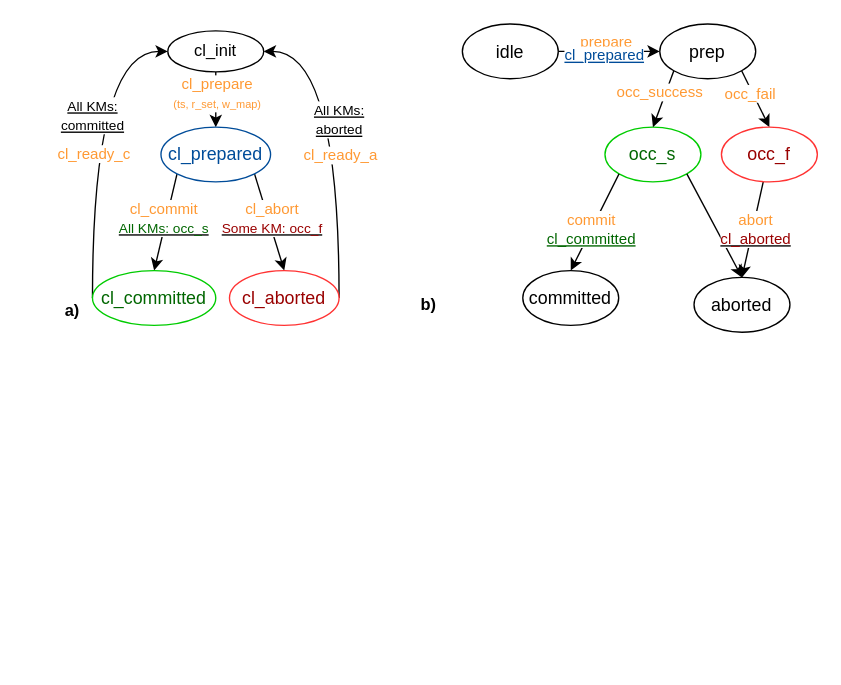
The draw.io diagram page "tapir" (3 of 3) of fig/protocols.drawio in ShabnamRad/VerIso, before the edit. Source tidied: cells renumbered, new cells numbered last; positions are measured from the earlier drawing's top-left corner, leaving out a move shared by most shapes. Both pictures are drawn from the tidied source at 137%, with x=0, y=0 at pixel (51, 23).
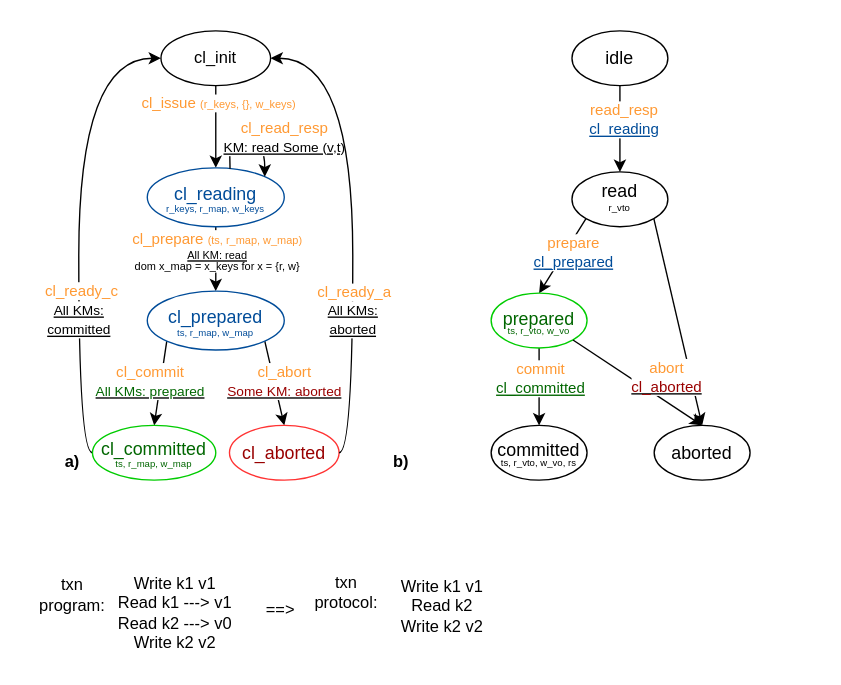
After the change.

What changed in the source:
```diff
@@
     <mxCell id="2" style="edgeStyle=orthogonalEdgeStyle;rounded=0;jettySize=auto;html=1;exitX=0.5;exitY=1;exitDx=0;exitDy=0;entryX=0.5;entryY=0;entryDx=0;entryDy=0;" parent="1" edge="1" source="4" target="9">
-      <mxGeometry relative="1" as="geometry" />
+      <mxGeometry relative="1" as="geometry">
+        <Array as="points">
+          <mxPoint x="120" y="96" />
+        </Array>
+      </mxGeometry>
     </mxCell>
-    <mxCell id="3" value="&lt;font color=&quot;#ff9933&quot;&gt;cl_prepare&lt;/font&gt;&lt;div&gt;&lt;font style=&quot;font-size: 8px;&quot; color=&quot;#ff9933&quot;&gt;(ts, r_set, w_map)&lt;/font&gt;&lt;/div&gt;" style="edgeLabel;html=1;align=center;verticalAlign=middle;" parent="2" vertex="1">
-      <mxGeometry x="-0.25" relative="1" as="geometry" />
+    <mxCell id="3" value="&lt;font color=&quot;#ff9933&quot;&gt;cl_issue&amp;nbsp;&lt;/font&gt;&lt;span style=&quot;font-size: 8px; color: rgb(255, 153, 51);&quot;&gt;(r_keys, {}, w_keys)&lt;/span&gt;" style="edgeLabel;html=1;align=center;verticalAlign=middle;" parent="2" vertex="1">
+      <mxGeometry x="-0.25" relative="1" as="geometry">
+        <mxPoint x="1" y="-11" as="offset" />
+      </mxGeometry>
     </mxCell>
     <mxCell id="4" value="cl_init" style="ellipse;whiteSpace=wrap;html=1;" parent="1" vertex="1">
-      <mxGeometry x="85" y="5" width="70" height="30" as="geometry" />
+      <mxGeometry x="80" y="5" width="80" height="40" as="geometry" />
     </mxCell>
-    <mxCell id="5" value="&lt;u&gt;&lt;font style=&quot;font-size: 10px;&quot; color=&quot;#006600&quot;&gt;&lt;b&gt;&lt;br&gt;&lt;/b&gt;&lt;/font&gt;&lt;/u&gt;" style="rounded=0;jettySize=auto;html=1;exitX=0;exitY=1;exitDx=0;exitDy=0;entryX=0.5;entryY=0;entryDx=0;entryDy=0;" parent="1" edge="1" source="9" target="12">
+    <mxCell id="5" value="&lt;u&gt;&lt;font style=&quot;font-size: 10px;&quot; color=&quot;#006600&quot;&gt;&lt;b&gt;&lt;br&gt;&lt;/b&gt;&lt;/font&gt;&lt;/u&gt;" style="rounded=0;jettySize=auto;html=1;entryX=0.5;entryY=0;entryDx=0;entryDy=0;exitX=0;exitY=1;exitDx=0;exitDy=0;" parent="1" edge="1" source="45" target="12">
       <mxGeometry x="0.05" y="-20" relative="1" as="geometry" />
     </mxCell>
-    <mxCell id="6" value="&lt;font color=&quot;#ff9933&quot;&gt;cl_commit&lt;/font&gt;&lt;div&gt;&lt;u&gt;&lt;font style=&quot;font-size: 10px;&quot; color=&quot;#006600&quot;&gt;All KMs: occ_s&lt;/font&gt;&lt;/u&gt;&lt;br&gt;&lt;/div&gt;" style="edgeLabel;html=1;align=center;verticalAlign=middle;" parent="5" vertex="1">
+    <mxCell id="6" value="&lt;font color=&quot;#ff9933&quot;&gt;cl_commit&lt;/font&gt;&lt;div&gt;&lt;u&gt;&lt;font style=&quot;font-size: 10px;&quot; color=&quot;#006600&quot;&gt;All KMs: prepared&lt;/font&gt;&lt;/u&gt;&lt;br&gt;&lt;/div&gt;" style="edgeLabel;html=1;align=center;verticalAlign=middle;" parent="5" vertex="1">
       <mxGeometry x="-0.26" y="1" relative="1" as="geometry">
-        <mxPoint x="-5" y="6" as="offset" />
+        <mxPoint x="-10" y="6" as="offset" />
       </mxGeometry>
     </mxCell>
-    <mxCell id="7" style="edgeStyle=none;rounded=0;jettySize=auto;html=1;exitX=1;exitY=1;exitDx=0;exitDy=0;entryX=0.5;entryY=0;entryDx=0;entryDy=0;" parent="1" edge="1" source="9" target="15">
+    <mxCell id="7" style="edgeStyle=none;rounded=0;jettySize=auto;html=1;entryX=0.5;entryY=0;entryDx=0;entryDy=0;exitX=1;exitY=1;exitDx=0;exitDy=0;" parent="1" edge="1" source="45" target="15">
       <mxGeometry x="0.1" y="20" relative="1" as="geometry" />
     </mxCell>
-    <mxCell id="8" value="&lt;font color=&quot;#ff9933&quot;&gt;cl_abort&lt;/font&gt;&lt;div&gt;&lt;u&gt;&lt;font style=&quot;font-size: 10px;&quot; color=&quot;#990000&quot;&gt;Some KM: occ_f&lt;/font&gt;&lt;/u&gt;&lt;/div&gt;" style="edgeLabel;html=1;align=center;verticalAlign=middle;" parent="7" vertex="1">
+    <mxCell id="8" value="&lt;font color=&quot;#ff9933&quot;&gt;cl_abort&lt;/font&gt;&lt;div&gt;&lt;u&gt;&lt;font style=&quot;font-size: 10px;&quot; color=&quot;#990000&quot;&gt;Some KM: aborted&lt;/font&gt;&lt;/u&gt;&lt;/div&gt;" style="edgeLabel;html=1;align=center;verticalAlign=middle;" parent="7" vertex="1">
       <mxGeometry x="-0.26" y="2" relative="1" as="geometry">
-        <mxPoint x="2" y="7" as="offset" />
+        <mxPoint x="7" y="7" as="offset" />
       </mxGeometry>
     </mxCell>
+    <mxCell id="35" style="edgeStyle=orthogonalEdgeStyle;rounded=0;jettySize=auto;html=1;" parent="1" edge="1" source="9" target="45">
+      <mxGeometry relative="1" as="geometry" />
+    </mxCell>
+    <mxCell id="36" value="&lt;font color=&quot;#ff9933&quot;&gt;cl_prepare&amp;nbsp;&lt;/font&gt;&lt;span style=&quot;font-size: 8px; color: rgb(255, 153, 51);&quot;&gt;(ts, r_map, w_map)&lt;/span&gt;&lt;div style=&quot;line-height: 60%;&quot;&gt;&lt;span style=&quot;font-size: 8px;&quot;&gt;&lt;u&gt;All KM: read&lt;/u&gt;&lt;/span&gt;&lt;/div&gt;&lt;div style=&quot;line-height: 60%;&quot;&gt;&lt;span style=&quot;font-size: 8px;&quot;&gt;dom x_map = x_keys for x = {r, w}&lt;/span&gt;&lt;/div&gt;" style="edgeLabel;html=1;align=center;verticalAlign=middle;" parent="35" vertex="1">
+      <mxGeometry x="0.25" relative="1" as="geometry">
+        <mxPoint y="-12" as="offset" />
+      </mxGeometry>
+    </mxCell>
-    <mxCell id="9" value="&lt;font style=&quot;font-size: 13px;&quot; color=&quot;#004c99&quot;&gt;cl_prepared&lt;/font&gt;" style="ellipse;whiteSpace=wrap;html=1;strokeColor=#004C99;" parent="1" vertex="1">
-      <mxGeometry x="80" y="75.3" width="80" height="40" as="geometry" />
+    <mxCell id="9" value="&lt;font style=&quot;font-size: 13px;&quot; color=&quot;#004c99&quot;&gt;cl_reading&lt;/font&gt;&lt;div style=&quot;line-height: 30%;&quot;&gt;&lt;font style=&quot;font-size: 7px;&quot; color=&quot;#004c99&quot;&gt;r_keys, r_map, w_keys&lt;/font&gt;&lt;/div&gt;" style="ellipse;whiteSpace=wrap;html=1;strokeColor=#004C99;" parent="1" vertex="1">
+      <mxGeometry x="70" y="105" width="100" height="43" as="geometry" />
     </mxCell>
     <mxCell id="10" value="&lt;span style=&quot;font-size: 10px;&quot;&gt;&lt;u style=&quot;&quot;&gt;All KMs:&lt;br&gt;committed&lt;/u&gt;&lt;br&gt;&lt;/span&gt;" style="edgeStyle=orthogonalEdgeStyle;curved=1;rounded=0;jettySize=auto;html=1;entryX=0;entryY=0.5;entryDx=0;entryDy=0;exitX=0;exitY=0.5;exitDx=0;exitDy=0;" parent="1" edge="1" source="12" target="4">
-      <mxGeometry x="0.13" relative="1" as="geometry">
+      <mxGeometry x="-0.4" relative="1" as="geometry">
         <Array as="points">
-          <mxPoint x="30" y="200" />
-          <mxPoint x="30" y="20" />
+          <mxPoint x="20" y="313" />
+          <mxPoint x="20" y="25" />
         </Array>
       </mxGeometry>
     </mxCell>
     <mxCell id="11" value="&lt;font color=&quot;#ff9933&quot;&gt;cl_ready_c&lt;/font&gt;" style="edgeLabel;html=1;align=center;verticalAlign=middle;" parent="10" vertex="1">
       <mxGeometry x="-0.57" y="-7" relative="1" as="geometry">
-        <mxPoint x="-7" y="-55" as="offset" />
+        <mxPoint x="-6" y="-52" as="offset" />
       </mxGeometry>
     </mxCell>
-    <mxCell id="12" value="&lt;font style=&quot;font-size: 13px;&quot; color=&quot;#006600&quot;&gt;cl_committed&lt;/font&gt;" style="ellipse;whiteSpace=wrap;html=1;strokeColor=#00CC00;" parent="1" vertex="1">
-      <mxGeometry x="30" y="180" width="90" height="40" as="geometry" />
+    <mxCell id="12" value="&lt;font color=&quot;#006600&quot; style=&quot;font-size: 13px;&quot;&gt;cl_committed&lt;/font&gt;&lt;div style=&quot;line-height: 30%;&quot;&gt;&lt;span style=&quot;font-size: 7px;&quot;&gt;&lt;font color=&quot;#006600&quot;&gt;ts, r_map, w_map&lt;/font&gt;&lt;/span&gt;&lt;font style=&quot;font-size: 13px;&quot; color=&quot;#006600&quot;&gt;&lt;br&gt;&lt;/font&gt;&lt;/div&gt;" style="ellipse;whiteSpace=wrap;html=1;strokeColor=#00CC00;" parent="1" vertex="1">
+      <mxGeometry x="30" y="293" width="90" height="40" as="geometry" />
     </mxCell>
-    <mxCell id="13" value="&lt;span style=&quot;font-size: 10px;&quot;&gt;&lt;u style=&quot;&quot;&gt;All KMs:&lt;br&gt;aborted&lt;/u&gt;&lt;br&gt;&lt;/span&gt;" style="edgeStyle=orthogonalEdgeStyle;curved=1;rounded=0;jettySize=auto;html=1;entryX=1;entryY=0.5;entryDx=0;entryDy=0;exitX=1;exitY=0.5;exitDx=0;exitDy=0;" parent="1" edge="1" source="15" target="4">
-      <mxGeometry x="0.11" relative="1" as="geometry">
-        <Array as="points">
-          <mxPoint x="210" y="200" />
-          <mxPoint x="210" y="20" />
-        </Array>
-      </mxGeometry>
-    </mxCell>
-    <mxCell id="14" value="&lt;font color=&quot;#ff9933&quot;&gt;cl_ready_a&lt;/font&gt;" style="edgeLabel;html=1;align=center;verticalAlign=middle;" parent="13" vertex="1">
-      <mxGeometry x="-0.49" y="11" relative="1" as="geometry">
-        <mxPoint x="11" y="-45" as="offset" />
-      </mxGeometry>
-    </mxCell>
     <mxCell id="15" value="&lt;font style=&quot;font-size: 13px;&quot; color=&quot;#990000&quot;&gt;cl_aborted&lt;/font&gt;" style="ellipse;whiteSpace=wrap;html=1;strokeColor=#FF3333;" parent="1" vertex="1">
-      <mxGeometry x="130" y="180" width="80" height="40" as="geometry" />
+      <mxGeometry x="130" y="293" width="80" height="40" as="geometry" />
     </mxCell>
-    <mxCell id="16" style="edgeStyle=none;rounded=0;jettySize=auto;html=1;exitX=1;exitY=1;exitDx=0;exitDy=0;entryX=0.5;entryY=0;entryDx=0;entryDy=0;" parent="1" edge="1" source="18" target="24">
-      <mxGeometry relative="1" as="geometry" />
-    </mxCell>
-    <mxCell id="17" value="&lt;font color=&quot;#ff9933&quot;&gt;occ_fail&lt;/font&gt;" style="edgeLabel;html=1;align=center;verticalAlign=middle;" parent="16" vertex="1">
-      <mxGeometry x="0.39" y="1" relative="1" as="geometry">
-        <mxPoint x="-9" y="-12" as="offset" />
-      </mxGeometry>
-    </mxCell>
-    <mxCell id="18" value="&lt;span style=&quot;font-size: 13px;&quot;&gt;prep&lt;/span&gt;" style="ellipse;whiteSpace=wrap;html=1;" parent="1" vertex="1">
-      <mxGeometry x="444.1" width="70" height="40" as="geometry" />
-    </mxCell>
@@
-    <mxCell id="20" style="edgeStyle=orthogonalEdgeStyle;rounded=0;jettySize=auto;html=1;exitX=1;exitY=0.5;exitDx=0;exitDy=0;entryX=0;entryY=0.5;entryDx=0;entryDy=0;" parent="1" edge="1" source="22" target="18">
+    <mxCell id="20" style="rounded=0;jettySize=auto;html=1;exitX=0;exitY=1;exitDx=0;exitDy=0;entryX=0.5;entryY=0;entryDx=0;entryDy=0;" parent="1" edge="1" source="22" target="27">
       <mxGeometry y="10" relative="1" as="geometry" />
     </mxCell>
-    <mxCell id="21" value="&lt;font color=&quot;#ff9933&quot;&gt;prepare&lt;/font&gt;" style="edgeLabel;html=1;align=center;verticalAlign=middle;" parent="20" vertex="1">
+    <mxCell id="21" value="&lt;font color=&quot;#ff9933&quot;&gt;prepare&lt;/font&gt;&lt;div&gt;&lt;u style=&quot;color: rgb(0, 76, 153);&quot;&gt;cl_prepared&lt;/u&gt;&lt;font color=&quot;#ff9933&quot;&gt;&lt;br&gt;&lt;/font&gt;&lt;/div&gt;" style="edgeLabel;html=1;align=center;verticalAlign=middle;" parent="20" vertex="1">
       <mxGeometry x="-0.16" y="-3" relative="1" as="geometry">
-        <mxPoint x="3" y="-11" as="offset" />
+        <mxPoint x="7" y="3" as="offset" />
       </mxGeometry>
     </mxCell>
+    <mxCell id="37" style="rounded=0;jettySize=auto;html=1;exitX=1;exitY=1;exitDx=0;exitDy=0;entryX=0.5;entryY=0;entryDx=0;entryDy=0;" parent="1" edge="1" source="22" target="41">
+      <mxGeometry relative="1" as="geometry" />
+    </mxCell>
-    <mxCell id="22" value="&lt;font style=&quot;font-size: 13px;&quot;&gt;idle&lt;/font&gt;" style="ellipse;whiteSpace=wrap;html=1;" parent="1" vertex="1">
-      <mxGeometry x="300" width="70" height="40" as="geometry" />
+    <mxCell id="22" value="&lt;p style=&quot;line-height: 0%;&quot;&gt;&lt;span style=&quot;font-size: 13px;&quot;&gt;read&lt;/span&gt;&lt;/p&gt;&lt;p style=&quot;line-height: 0%; font-size: 7px;&quot;&gt;r_vto&lt;/p&gt;&lt;p&gt;&lt;/p&gt;" style="ellipse;whiteSpace=wrap;html=1;" parent="1" vertex="1">
+      <mxGeometry x="380" y="108" width="70" height="40" as="geometry" />
     </mxCell>
-    <mxCell id="23" style="edgeStyle=none;rounded=0;jettySize=auto;html=1;entryX=0.5;entryY=0;entryDx=0;entryDy=0;" parent="1" edge="1" source="24" target="26">
-      <mxGeometry x="-0.18" y="15" relative="1" as="geometry" />
-    </mxCell>
-    <mxCell id="24" value="&lt;font color=&quot;#990000&quot;&gt;&lt;span style=&quot;font-size: 13px;&quot;&gt;occ_f&lt;/span&gt;&lt;/font&gt;" style="ellipse;whiteSpace=wrap;html=1;strokeColor=#FF3333;" parent="1" vertex="1">
-      <mxGeometry x="489.1" y="75.3" width="70" height="40" as="geometry" />
-    </mxCell>
-    <mxCell id="25" value="&lt;font style=&quot;font-size: 13px;&quot;&gt;committed&lt;/font&gt;" style="ellipse;whiteSpace=wrap;html=1;strokeColor=#000000;" parent="1" vertex="1">
-      <mxGeometry x="344.1" y="180" width="70" height="40" as="geometry" />
-    </mxCell>
-    <mxCell id="26" value="&lt;font style=&quot;font-size: 13px;&quot;&gt;aborted&lt;/font&gt;" style="ellipse;whiteSpace=wrap;html=1;strokeColor=#000000;" parent="1" vertex="1">
-      <mxGeometry x="469.1" y="185" width="70" height="40" as="geometry" />
+    <mxCell id="26" value="&lt;font style=&quot;font-size: 13px;&quot;&gt;committed&lt;/font&gt;&lt;div style=&quot;font-size: 7px; line-height: 30%;&quot;&gt;&lt;font style=&quot;font-size: 7px;&quot;&gt;ts, r_vto, w_vo, rs&lt;/font&gt;&lt;/div&gt;" style="ellipse;whiteSpace=wrap;html=1;strokeColor=#000000;" parent="1" vertex="1">
+      <mxGeometry x="321" y="293" width="70" height="40" as="geometry" />
     </mxCell>
+    <mxCell id="38" style="edgeStyle=orthogonalEdgeStyle;rounded=0;jettySize=auto;html=1;exitX=0.5;exitY=1;exitDx=0;exitDy=0;curved=1;entryX=0.5;entryY=0;entryDx=0;entryDy=0;" parent="1" edge="1" source="27" target="26">
+      <mxGeometry relative="1" as="geometry" />
+    </mxCell>
+    <mxCell id="30" value="&lt;font color=&quot;#ff9933&quot;&gt;commit&lt;/font&gt;&lt;br&gt;&lt;font style=&quot;text-decoration-line: underline;&quot; color=&quot;#006600&quot;&gt;cl_committed&lt;/font&gt;" style="edgeLabel;html=1;align=center;verticalAlign=middle;" parent="38" vertex="1">
+      <mxGeometry x="-0.26" y="1" relative="1" as="geometry">
+        <mxPoint x="-1" y="1" as="offset" />
+      </mxGeometry>
+    </mxCell>
-    <mxCell id="27" value="&lt;font style=&quot;font-size: 13px;&quot; color=&quot;#006600&quot;&gt;occ_s&lt;/font&gt;" style="ellipse;whiteSpace=wrap;html=1;strokeColor=#00CC00;" parent="1" vertex="1">
-      <mxGeometry x="404.1" y="75.3" width="70" height="40" as="geometry" />
+    <mxCell id="27" value="&lt;font style=&quot;font-size: 13px;&quot; color=&quot;#006600&quot;&gt;prepared&lt;/font&gt;&lt;div style=&quot;font-size: 7px; line-height: 30%;&quot;&gt;&lt;font style=&quot;font-size: 7px;&quot; color=&quot;#006600&quot;&gt;ts, r_vto, w_vo&lt;/font&gt;&lt;/div&gt;" style="ellipse;whiteSpace=wrap;html=1;strokeColor=#00CC00;" parent="1" vertex="1">
+      <mxGeometry x="321" y="196.5" width="70" height="40" as="geometry" />
     </mxCell>
-    <mxCell id="28" style="rounded=0;jettySize=auto;html=1;exitX=0;exitY=1;exitDx=0;exitDy=0;strokeColor=#000000;entryX=0.5;entryY=0;entryDx=0;entryDy=0;" parent="1" edge="1" source="18" target="27">
-      <mxGeometry x="0.06" y="-13" relative="1" as="geometry" />
-    </mxCell>
-    <mxCell id="29" value="&lt;font color=&quot;#ff9933&quot;&gt;occ_success&lt;/font&gt;" style="edgeLabel;html=1;align=center;verticalAlign=middle;" parent="28" vertex="1">
-      <mxGeometry x="0.5" y="-1" relative="1" as="geometry">
-        <mxPoint x="2" y="-15" as="offset" />
-      </mxGeometry>
-    </mxCell>
-    <mxCell id="30" value="&lt;font style=&quot;&quot; color=&quot;#ff9933&quot;&gt;commit&lt;/font&gt;&lt;br&gt;&lt;font style=&quot;text-decoration-line: underline;&quot; color=&quot;#006600&quot;&gt;cl_committed&lt;/font&gt;" style="edgeStyle=none;rounded=0;jettySize=auto;html=1;entryX=0.5;entryY=0;entryDx=0;entryDy=0;exitX=0;exitY=1;exitDx=0;exitDy=0;" parent="1" edge="1" source="27" target="25">
-      <mxGeometry x="0.15" relative="1" as="geometry" />
-    </mxCell>
-    <mxCell id="31" value="&lt;font style=&quot;&quot;&gt;&lt;font style=&quot;&quot; color=&quot;#ff9933&quot;&gt;abort&lt;/font&gt;&lt;br&gt;&lt;u style=&quot;&quot;&gt;&lt;font color=&quot;#990000&quot;&gt;cl_aborted&lt;/font&gt;&lt;/u&gt;&lt;/font&gt;" style="edgeStyle=none;rounded=0;jettySize=auto;html=1;exitX=1;exitY=1;exitDx=0;exitDy=0;entryX=0.5;entryY=0;entryDx=0;entryDy=0;" parent="1" edge="1" source="27" target="26">
-      <mxGeometry x="0.39" y="25" relative="1" as="geometry" />
+    <mxCell id="31" value="&lt;font style=&quot;&quot;&gt;&lt;font style=&quot;&quot; color=&quot;#ff9933&quot;&gt;abort&lt;/font&gt;&lt;br&gt;&lt;u style=&quot;&quot;&gt;&lt;font color=&quot;#990000&quot;&gt;cl_aborted&lt;/font&gt;&lt;/u&gt;&lt;/font&gt;" style="rounded=0;jettySize=auto;html=1;exitX=1;exitY=1;exitDx=0;exitDy=0;entryX=0.5;entryY=0;entryDx=0;entryDy=0;" parent="1" edge="1" source="27" target="41">
+      <mxGeometry x="0.27" y="15" relative="1" as="geometry" />
     </mxCell>
     <mxCell id="32" value="&lt;b&gt;a)&lt;/b&gt;" style="text;html=1;align=center;verticalAlign=middle;strokeColor=none;fillColor=none;" parent="1" vertex="1">
-      <mxGeometry y="195" width="30" height="30" as="geometry" />
+      <mxGeometry y="304.7" width="30" height="30" as="geometry" />
     </mxCell>
     <mxCell id="33" value="&lt;b&gt;b)&lt;/b&gt;" style="text;html=1;align=center;verticalAlign=middle;strokeColor=none;fillColor=none;" parent="1" vertex="1">
-      <mxGeometry x="260" y="190" width="30" height="30" as="geometry" />
+      <mxGeometry x="240" y="304.7" width="30" height="30" as="geometry" />
     </mxCell>
-    <mxCell id="34" value="&lt;u style=&quot;forced-color-adjust: none; color: rgb(0, 76, 153); font-family: Helvetica; font-size: 11px; font-style: normal; font-variant-ligatures: normal; font-variant-caps: normal; font-weight: 400; letter-spacing: normal; orphans: 2; text-align: center; text-indent: 0px; text-transform: none; widows: 2; word-spacing: 0px; -webkit-text-stroke-width: 0px; white-space: nowrap; background-color: rgb(255, 255, 255);&quot;&gt;cl_prepared&lt;/u&gt;" style="text;whiteSpace=wrap;html=1;" parent="1" vertex="1">
-      <mxGeometry x="373" y="9" width="70" height="20" as="geometry" />
-    </mxCell>
+    <mxCell id="39" style="edgeStyle=orthogonalEdgeStyle;rounded=0;orthogonalLoop=1;jettySize=auto;html=1;exitX=0.604;exitY=0.016;exitDx=0;exitDy=0;entryX=1;entryY=0;entryDx=0;entryDy=0;curved=1;exitPerimeter=0;" parent="1" edge="1" source="9" target="9">
+      <mxGeometry relative="1" as="geometry">
+        <Array as="points">
+          <mxPoint x="130" y="104" />
+          <mxPoint x="130" y="104" />
+          <mxPoint x="130" y="85" />
+          <mxPoint x="155" y="85" />
+        </Array>
+      </mxGeometry>
+    </mxCell>
+    <mxCell id="40" value="&lt;span style=&quot;color: rgb(255, 153, 51);&quot;&gt;&lt;font style=&quot;font-size: 11px;&quot;&gt;cl_read_resp&lt;/font&gt;&lt;/span&gt;&lt;div&gt;&lt;u style=&quot;&quot;&gt;&lt;font style=&quot;font-size: 10px;&quot;&gt;KM: read Some (v,t)&lt;/font&gt;&lt;/u&gt;&lt;span style=&quot;color: rgb(255, 153, 51);&quot;&gt;&lt;br&gt;&lt;/span&gt;&lt;/div&gt;" style="edgeLabel;html=1;align=center;verticalAlign=middle;" parent="39" vertex="1">
+      <mxGeometry x="-0.31" y="3" relative="1" as="geometry">
+        <mxPoint x="35" as="offset" />
+      </mxGeometry>
+    </mxCell>
+    <mxCell id="41" value="&lt;font style=&quot;font-size: 13px;&quot;&gt;aborted&lt;/font&gt;" style="ellipse;whiteSpace=wrap;html=1;strokeColor=#000000;" parent="1" vertex="1">
+      <mxGeometry x="440" y="293" width="70" height="40" as="geometry" />
+    </mxCell>
+    <mxCell id="42" style="edgeStyle=orthogonalEdgeStyle;rounded=0;jettySize=auto;html=1;exitX=0.5;exitY=1;exitDx=0;exitDy=0;entryX=0.5;entryY=0;entryDx=0;entryDy=0;" parent="1" edge="1" source="44" target="22">
+      <mxGeometry relative="1" as="geometry" />
+    </mxCell>
+    <mxCell id="43" value="&lt;font color=&quot;#ff9933&quot;&gt;read_resp&lt;/font&gt;&lt;br&gt;&lt;div&gt;&lt;u style=&quot;color: rgb(0, 76, 153);&quot;&gt;cl_reading&lt;/u&gt;&lt;/div&gt;" style="edgeLabel;html=1;align=center;verticalAlign=middle;" parent="42" vertex="1">
+      <mxGeometry x="-0.25" y="2" relative="1" as="geometry" />
+    </mxCell>
+    <mxCell id="44" value="&lt;font style=&quot;font-size: 13px;&quot;&gt;idle&lt;/font&gt;" style="ellipse;whiteSpace=wrap;html=1;" parent="1" vertex="1">
+      <mxGeometry x="380" y="5" width="70" height="40" as="geometry" />
+    </mxCell>
+    <mxCell id="45" value="&lt;font style=&quot;font-size: 13px;&quot; color=&quot;#004c99&quot;&gt;cl_prepared&lt;/font&gt;&lt;div style=&quot;line-height: 30%;&quot;&gt;&lt;font style=&quot;font-size: 7px;&quot; color=&quot;#004c99&quot;&gt;ts, r_map, w_map&lt;/font&gt;&lt;/div&gt;" style="ellipse;whiteSpace=wrap;html=1;strokeColor=#004C99;" parent="1" vertex="1">
+      <mxGeometry x="70" y="195" width="100" height="43" as="geometry" />
+    </mxCell>
+    <mxCell id="46" value="Write k1 v1&lt;div&gt;Read k1 ---&amp;gt; v1&lt;/div&gt;&lt;div&gt;Read k2 ---&amp;gt; v0&lt;/div&gt;&lt;div&gt;Write k2 v2&lt;/div&gt;" style="text;html=1;align=center;verticalAlign=middle;strokeColor=none;fillColor=none;" parent="1" vertex="1">
+      <mxGeometry x="35" y="395" width="110" height="70" as="geometry" />
+    </mxCell>
+    <mxCell id="47" value="Write k1 v1&lt;div&gt;Read k2&lt;/div&gt;&lt;div&gt;Write k2 v2&lt;/div&gt;" style="text;html=1;align=center;verticalAlign=middle;strokeColor=none;fillColor=none;" parent="1" vertex="1">
+      <mxGeometry x="245" y="395" width="80" height="60" as="geometry" />
+    </mxCell>
+    <mxCell id="48" value="txn&lt;div&gt;program:&lt;/div&gt;" style="text;html=1;align=center;verticalAlign=middle;strokeColor=none;fillColor=none;" parent="1" vertex="1">
+      <mxGeometry x="-20" y="397" width="70" height="40" as="geometry" />
+    </mxCell>
+    <mxCell id="49" value="txn&lt;div&gt;protocol:&lt;/div&gt;" style="text;html=1;align=center;verticalAlign=middle;strokeColor=none;fillColor=none;" parent="1" vertex="1">
+      <mxGeometry x="180" y="395" width="70" height="40" as="geometry" />
+    </mxCell>
+    <mxCell id="50" value="==&amp;gt;" style="text;html=1;align=center;verticalAlign=middle;strokeColor=none;fillColor=none;" parent="1" vertex="1">
+      <mxGeometry x="147" y="413" width="40" height="30" as="geometry" />
+    </mxCell>
+    <mxCell id="13" value="&lt;span style=&quot;font-size: 10px;&quot;&gt;&lt;u style=&quot;&quot;&gt;All KMs:&lt;br&gt;aborted&lt;/u&gt;&lt;br&gt;&lt;/span&gt;" style="edgeStyle=orthogonalEdgeStyle;curved=1;rounded=0;jettySize=auto;html=1;entryX=1;entryY=0.5;entryDx=0;entryDy=0;exitX=1;exitY=0.5;exitDx=0;exitDy=0;" parent="1" edge="1" source="15" target="4">
+      <mxGeometry x="-0.4" relative="1" as="geometry">
+        <Array as="points">
+          <mxPoint x="220" y="313" />
+          <mxPoint x="220" y="25" />
+        </Array>
+      </mxGeometry>
+    </mxCell>
+    <mxCell id="14" value="&lt;font color=&quot;#ff9933&quot;&gt;cl_ready_a&lt;/font&gt;" style="edgeLabel;html=1;align=center;verticalAlign=middle;" parent="13" vertex="1">
+      <mxGeometry x="-0.49" y="11" relative="1" as="geometry">
+        <mxPoint x="11" y="-37" as="offset" />
+      </mxGeometry>
+    </mxCell>
```
